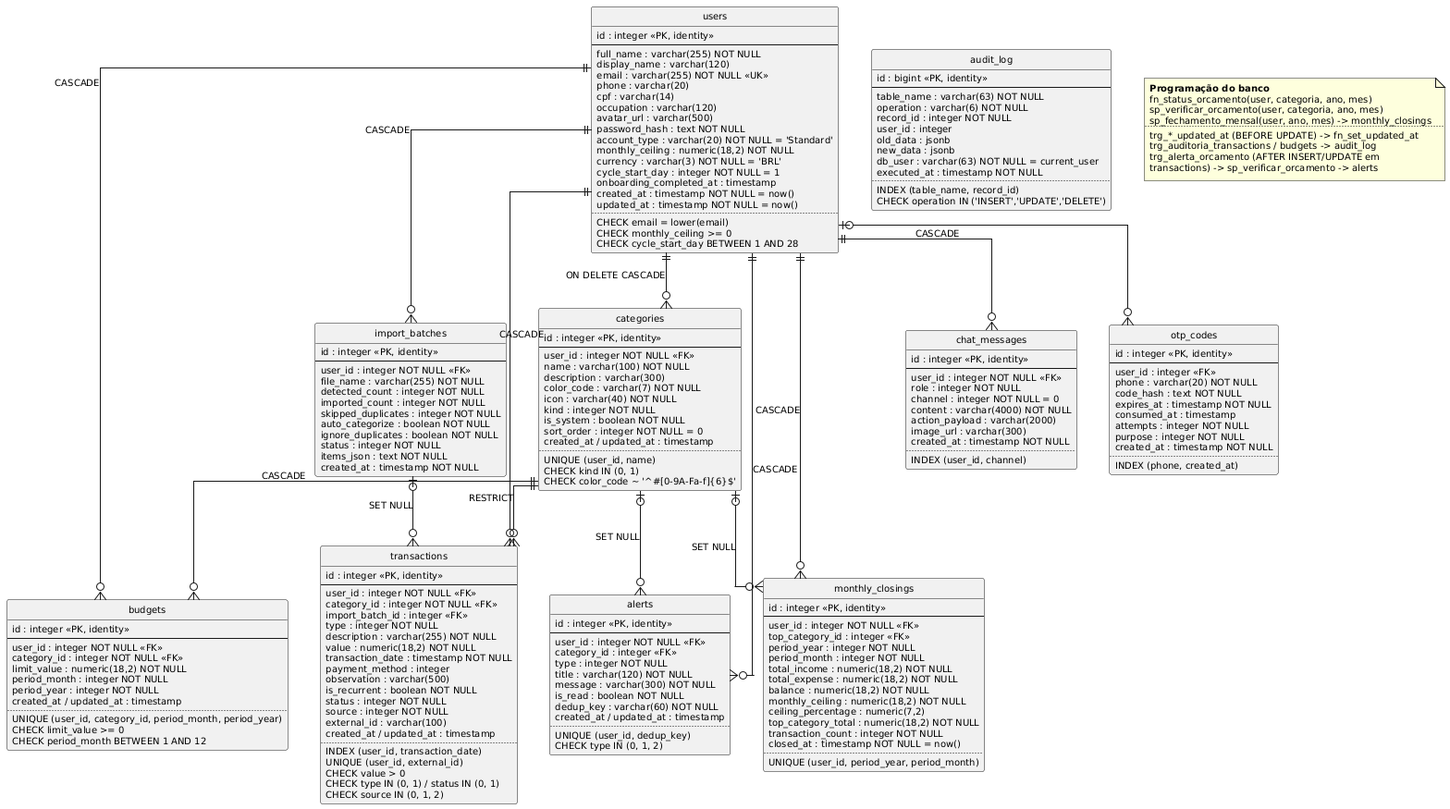
Earlier version of the PlantUML export database/diagramas/modelo-fisico.png (Fredson-Santos/ConektaFinance-PIM-III). Source of this version:
```plantuml
@startuml modelo-fisico

skinparam backgroundColor white
skinparam defaultFontName Arial
skinparam defaultFontSize 10
skinparam shadowing false
skinparam linetype ortho
hide circle
hide methods

entity "users" as users {
  id : integer <<PK, identity>>
  --
  full_name : varchar(255) NOT NULL
  display_name : varchar(120)
  email : varchar(255) NOT NULL <<UK>>
  phone : varchar(20)
  cpf : varchar(14)
  occupation : varchar(120)
  avatar_url : varchar(500)
  password_hash : text NOT NULL
  account_type : varchar(20) NOT NULL = 'Standard'
  monthly_ceiling : numeric(18,2) NOT NULL
  currency : varchar(3) NOT NULL = 'BRL'
  cycle_start_day : integer NOT NULL = 1
  onboarding_completed_at : timestamp
  created_at : timestamp NOT NULL = now()
  updated_at : timestamp NOT NULL = now()
  ..
  CHECK email = lower(email)
  CHECK monthly_ceiling >= 0
  CHECK cycle_start_day BETWEEN 1 AND 28
}

entity "categories" as categories {
  id : integer <<PK, identity>>
  --
  user_id : integer NOT NULL <<FK>>
  name : varchar(100) NOT NULL
  description : varchar(300)
  color_code : varchar(7) NOT NULL
  icon : varchar(40) NOT NULL
  kind : integer NOT NULL
  is_system : boolean NOT NULL
  sort_order : integer NOT NULL = 0
  created_at / updated_at : timestamp
  ..
  UNIQUE (user_id, name)
  CHECK kind IN (0, 1)
  CHECK color_code ~ '^#[0-9A-Fa-f]{6}$'
}

entity "budgets" as budgets {
  id : integer <<PK, identity>>
  --
  user_id : integer NOT NULL <<FK>>
  category_id : integer NOT NULL <<FK>>
  limit_value : numeric(18,2) NOT NULL
  period_month : integer NOT NULL
  period_year : integer NOT NULL
  created_at / updated_at : timestamp
  ..
  UNIQUE (user_id, category_id, period_month, period_year)
  CHECK limit_value >= 0
  CHECK period_month BETWEEN 1 AND 12
}

entity "transactions" as transactions {
  id : integer <<PK, identity>>
  --
  user_id : integer NOT NULL <<FK>>
  category_id : integer NOT NULL <<FK>>
  import_batch_id : integer <<FK>>
  type : integer NOT NULL
  description : varchar(255) NOT NULL
  value : numeric(18,2) NOT NULL
  transaction_date : timestamp NOT NULL
  payment_method : integer
  observation : varchar(500)
  is_recurrent : boolean NOT NULL
  status : integer NOT NULL
  source : integer NOT NULL
  external_id : varchar(100)
  created_at / updated_at : timestamp
  ..
  INDEX (user_id, transaction_date)
  UNIQUE (user_id, external_id)
  CHECK value > 0
  CHECK type IN (0, 1) / status IN (0, 1)
  CHECK source IN (0, 1, 2)
}

entity "alerts" as alerts {
  id : integer <<PK, identity>>
  --
  user_id : integer NOT NULL <<FK>>
  category_id : integer <<FK>>
  type : integer NOT NULL
  title : varchar(120) NOT NULL
  message : varchar(300) NOT NULL
  is_read : boolean NOT NULL
  dedup_key : varchar(60) NOT NULL
  created_at / updated_at : timestamp
  ..
  UNIQUE (user_id, dedup_key)
  CHECK type IN (0, 1, 2)
}

entity "chat_messages" as chat {
  id : integer <<PK, identity>>
  --
  user_id : integer NOT NULL <<FK>>
  role : integer NOT NULL
  channel : integer NOT NULL = 0
  content : varchar(4000) NOT NULL
  action_payload : varchar(2000)
  image_url : varchar(300)
  created_at : timestamp NOT NULL
  ..
  INDEX (user_id, channel)
}

entity "import_batches" as imports {
  id : integer <<PK, identity>>
  --
  user_id : integer NOT NULL <<FK>>
  file_name : varchar(255) NOT NULL
  detected_count : integer NOT NULL
  imported_count : integer NOT NULL
  skipped_duplicates : integer NOT NULL
  auto_categorize : boolean NOT NULL
  ignore_duplicates : boolean NOT NULL
  status : integer NOT NULL
  items_json : text NOT NULL
  created_at : timestamp NOT NULL
}

entity "otp_codes" as otp {
  id : integer <<PK, identity>>
  --
  user_id : integer <<FK>>
  phone : varchar(20) NOT NULL
  code_hash : text NOT NULL
  expires_at : timestamp NOT NULL
  consumed_at : timestamp
  attempts : integer NOT NULL
  purpose : integer NOT NULL
  created_at : timestamp NOT NULL
  ..
  INDEX (phone, created_at)
}

entity "monthly_closings" as closings {
  id : integer <<PK, identity>>
  --
  user_id : integer NOT NULL <<FK>>
  top_category_id : integer <<FK>>
  period_year : integer NOT NULL
  period_month : integer NOT NULL
  total_income : numeric(18,2) NOT NULL
  total_expense : numeric(18,2) NOT NULL
  balance : numeric(18,2) NOT NULL
  monthly_ceiling : numeric(18,2) NOT NULL
  ceiling_percentage : numeric(7,2)
  top_category_total : numeric(18,2) NOT NULL
  transaction_count : integer NOT NULL
  closed_at : timestamp NOT NULL = now()
  ..
  UNIQUE (user_id, period_year, period_month)
}

entity "audit_log" as audit {
  id : bigint <<PK, identity>>
  --
  table_name : varchar(63) NOT NULL
  operation : varchar(6) NOT NULL
  record_id : integer NOT NULL
  user_id : integer
  old_data : jsonb
  new_data : jsonb
  db_user : varchar(63) NOT NULL = current_user
  executed_at : timestamp NOT NULL
  ..
  INDEX (table_name, record_id)
  CHECK operation IN ('INSERT','UPDATE','DELETE')
}

users ||--o{ categories : "ON DELETE CASCADE"
users ||--o{ budgets : "CASCADE"
users ||--o{ transactions : "CASCADE"
users ||--o{ alerts : "CASCADE"
users ||--o{ chat : "CASCADE"
users ||--o{ imports : "CASCADE"
users |o--o{ otp
users ||--o{ closings : "CASCADE"
categories ||--o{ budgets : "CASCADE"
categories ||--o{ transactions : "RESTRICT"
categories |o--o{ alerts : "SET NULL"
categories |o--o{ closings : "SET NULL"
imports |o--o{ transactions : "SET NULL"

note as programacao
  <b>Programação do banco</b>
  fn_status_orcamento(user, categoria, ano, mes)
  sp_verificar_orcamento(user, categoria, ano, mes)
  sp_fechamento_mensal(user, ano, mes) -> monthly_closings
  ..
  trg_*_updated_at (BEFORE UPDATE) -> fn_set_updated_at
  trg_auditoria_transactions / budgets -> audit_log
  trg_alerta_orcamento (AFTER INSERT/UPDATE em
  transactions) -> sp_verificar_orcamento -> alerts
end note

@enduml
```
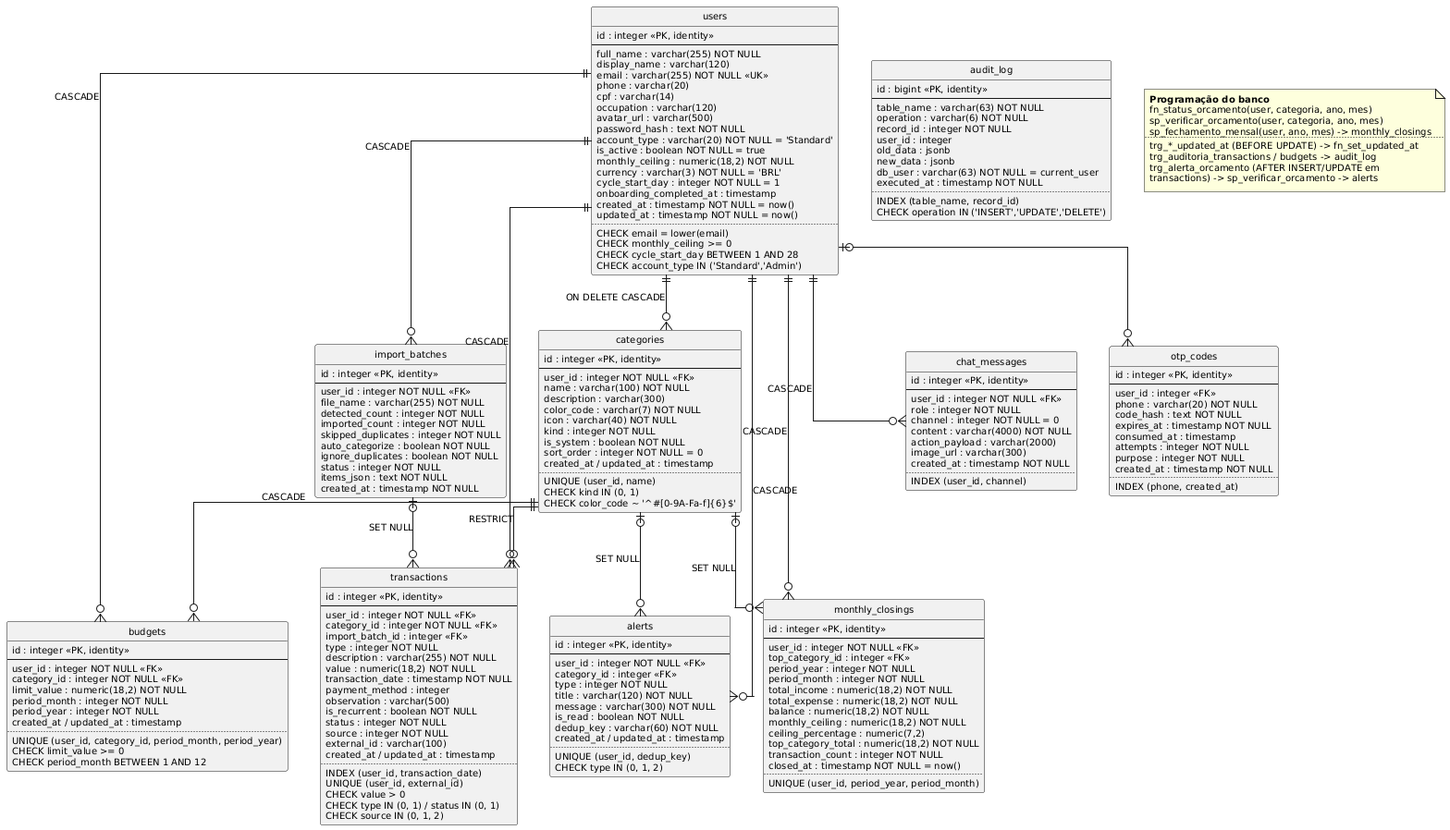
The same file after the commit.

Commit message:
docs(pim-iv): inclui perfil administrador nos modelos logico e fisico

The edit, as a diff of the source:
```diff
@@ -20,6 +20,7 @@
   avatar_url : varchar(500)
   password_hash : text NOT NULL
   account_type : varchar(20) NOT NULL = 'Standard'
+  is_active : boolean NOT NULL = true
   monthly_ceiling : numeric(18,2) NOT NULL
   currency : varchar(3) NOT NULL = 'BRL'
   cycle_start_day : integer NOT NULL = 1
@@ -30,6 +31,7 @@
   CHECK email = lower(email)
   CHECK monthly_ceiling >= 0
   CHECK cycle_start_day BETWEEN 1 AND 28
+  CHECK account_type IN ('Standard','Admin')
 }
 
 entity "categories" as categories {
```
